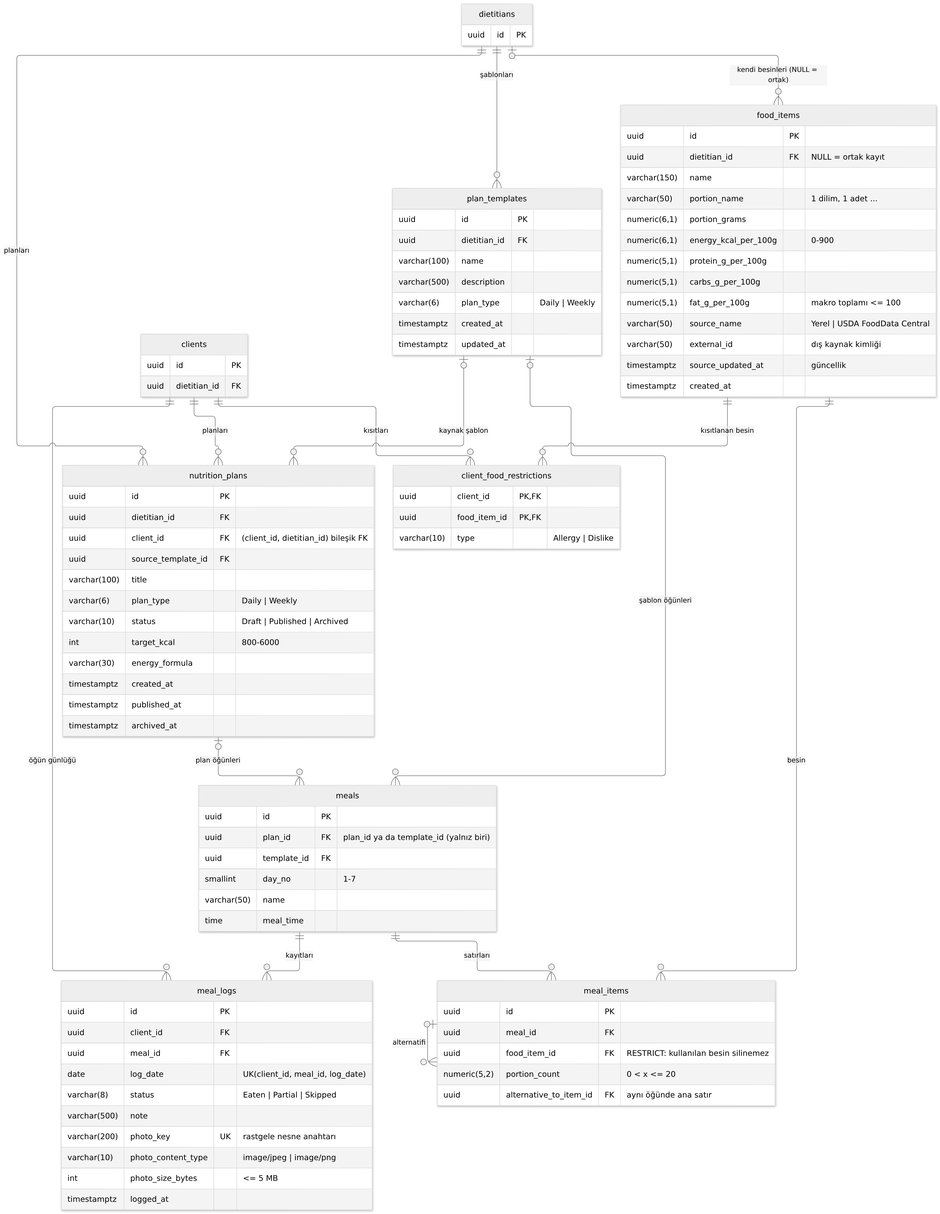
Emmet47/diyetisyen-danisan-takip-sistemi keeps this Mermaid diagram as docs/uml/png/er-2-besin-plan-gunluk.png. Above is the earlier version. Its source is kept beside it as docs/uml/er-2-besin-plan-gunluk.mmd.
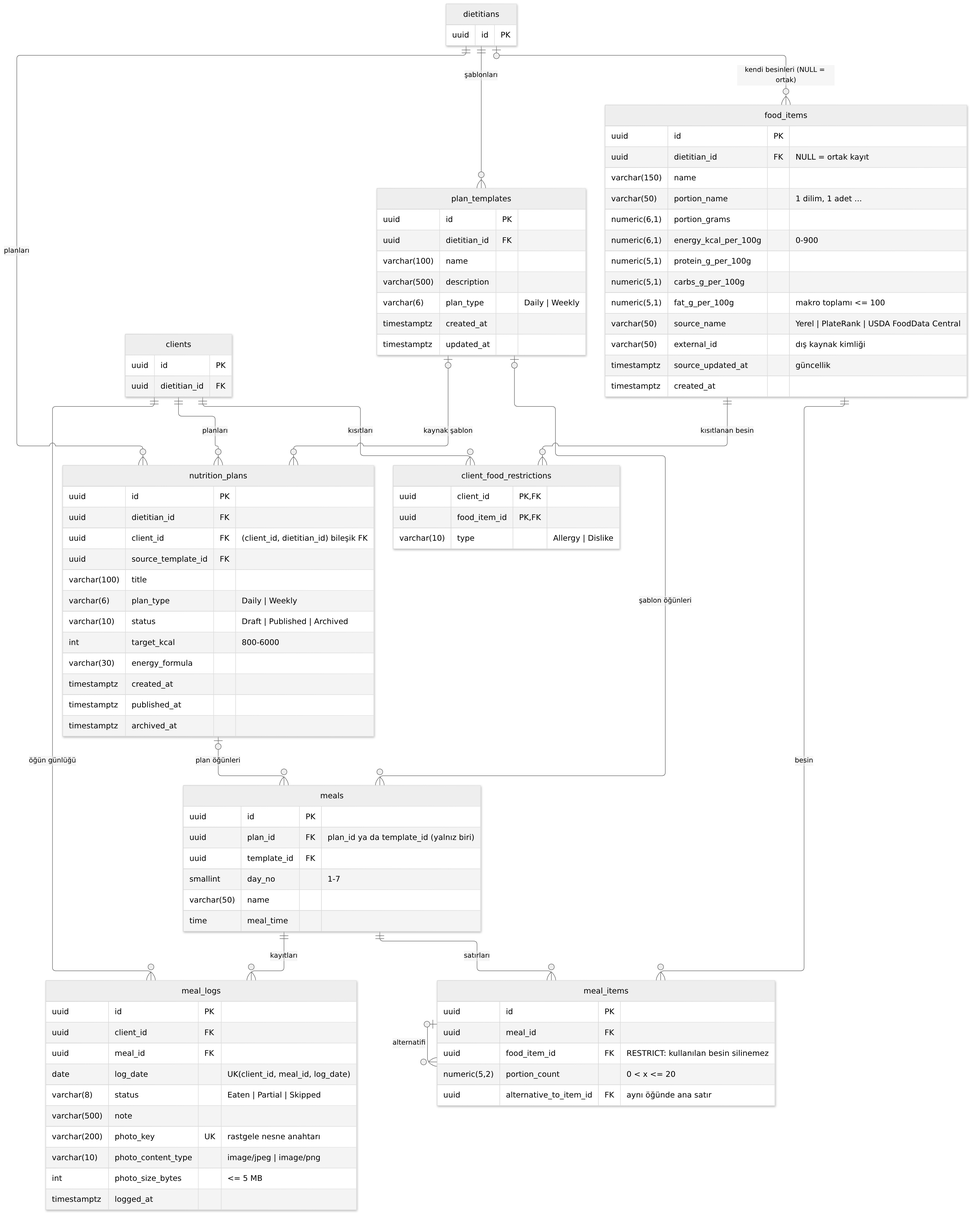
The same file after the commit.

What changed in the source:
```diff
@@ -30,7 +30,7 @@
         numeric(5,1) protein_g_per_100g
         numeric(5,1) carbs_g_per_100g
         numeric(5,1) fat_g_per_100g "makro toplamı <= 100"
-        varchar(50) source_name "Yerel | USDA FoodData Central"
+        varchar(50) source_name "Yerel | PlateRank | USDA FoodData Central"
         varchar(50) external_id "dış kaynak kimliği"
         timestamptz source_updated_at "güncellik"
         timestamptz created_at
```
